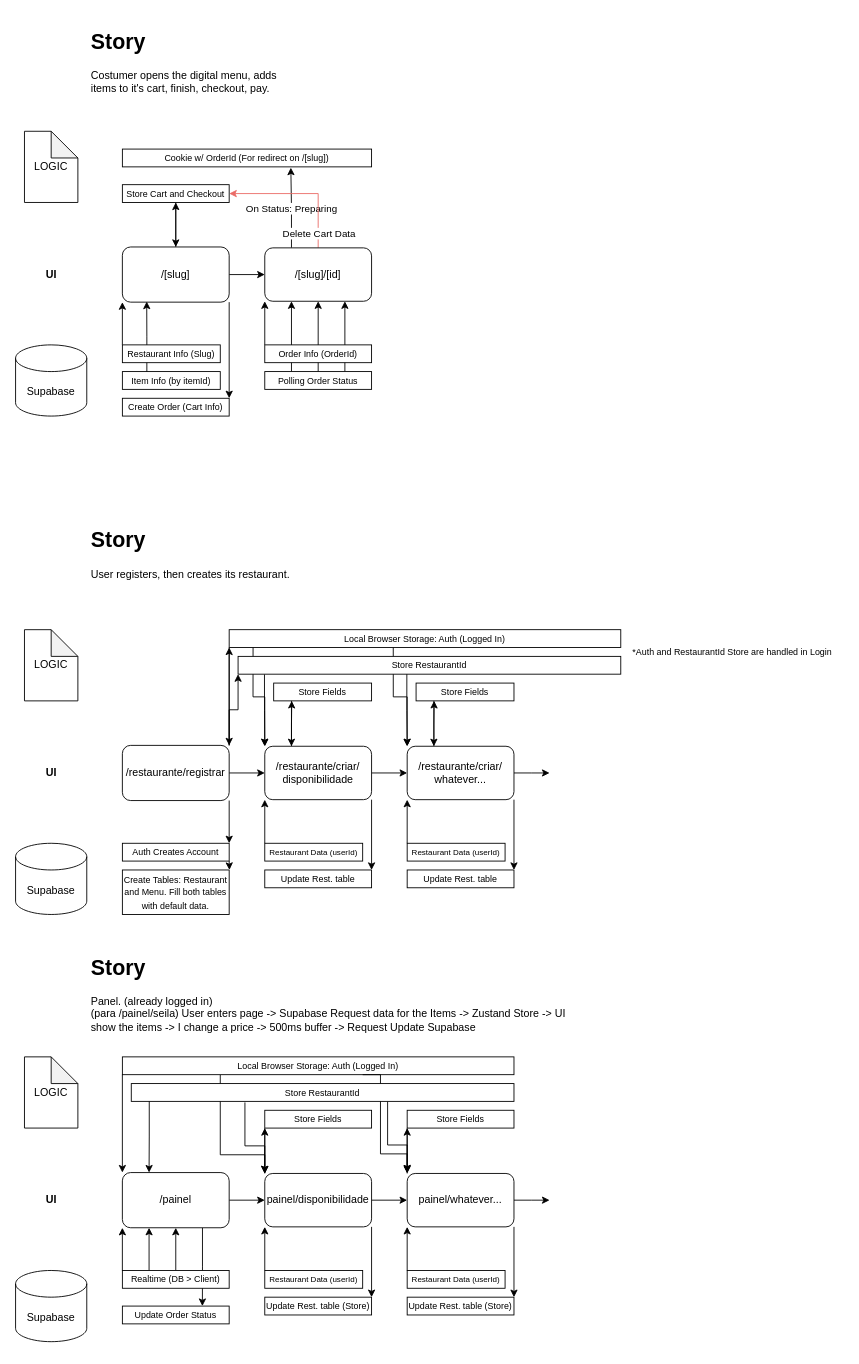
metrix0/imenu keeps this draw.io diagram as .dev/ARCHITECTURE.drawio. Above is the earlier version. Source tidied: cells renumbered, new cells numbered last; positions are measured from the earlier drawing's top-left corner, leaving out a move shared by most shapes. Both pictures are drawn from the tidied source at 89%, with x=0, y=0 at pixel (15, 24).
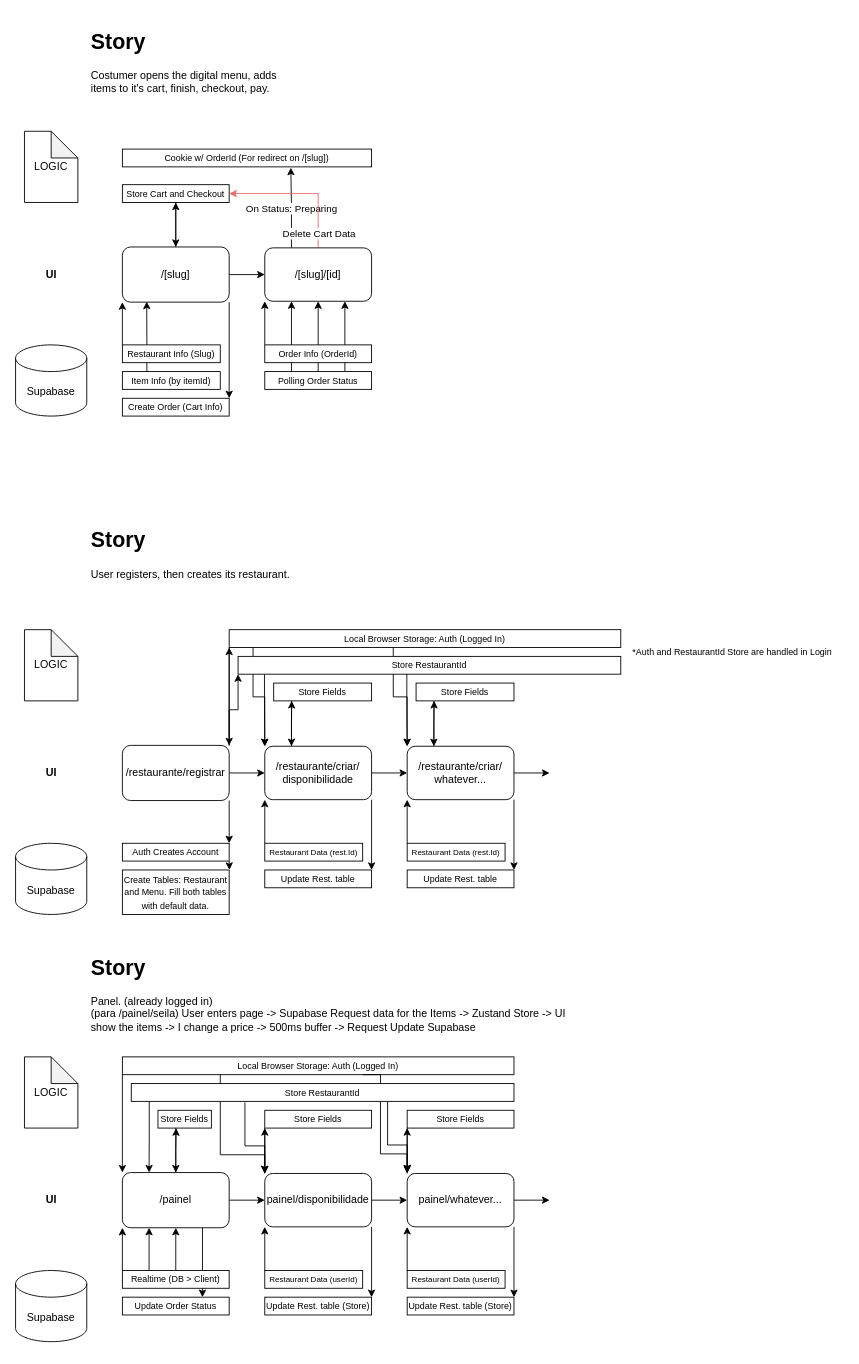
The same diagram, later.

Unchanged cells that the change refers to:
```xml
<mxCell id="72" value="/painel" style="rounded=1;whiteSpace=wrap;html=1;" parent="1" vertex="1">
  <mxGeometry x="120" y="1290" width="120" height="62" as="geometry" />
</mxCell>
```

Diff of the diagram source:
```diff
@@
-    <mxCell id="38" value="&lt;font style=&quot;font-size: 9px;&quot;&gt;Restaurant Data (userId)&lt;/font&gt;" style="rounded=0;whiteSpace=wrap;html=1;" parent="1" vertex="1">
+    <mxCell id="38" value="&lt;font style=&quot;font-size: 9px;&quot;&gt;Restaurant Data (rest.Id)&lt;/font&gt;" style="rounded=0;whiteSpace=wrap;html=1;" parent="1" vertex="1">
       <mxGeometry x="280" y="920" width="110" height="20" as="geometry" />
     </mxCell>
@@
-    <mxCell id="62" value="&lt;font style=&quot;font-size: 9px;&quot;&gt;Restaurant Data (userId)&lt;/font&gt;" style="rounded=0;whiteSpace=wrap;html=1;" parent="1" vertex="1">
+    <mxCell id="62" value="&lt;font style=&quot;font-size: 9px;&quot;&gt;Restaurant Data (rest.Id)&lt;/font&gt;" style="rounded=0;whiteSpace=wrap;html=1;" parent="1" vertex="1">
       <mxGeometry x="440" y="920" width="110" height="20" as="geometry" />
     </mxCell>
@@
-    <mxCell id="71" style="edgeStyle=orthogonalEdgeStyle;rounded=0;jettySize=auto;html=1;exitX=0.75;exitY=1;exitDx=0;exitDy=0;" parent="1" edge="1" source="72">
-      <mxGeometry relative="1" as="geometry">
-        <mxPoint x="209.9" y="1440" as="targetPoint" />
-      </mxGeometry>
+    <mxCell id="71" style="edgeStyle=orthogonalEdgeStyle;rounded=0;jettySize=auto;html=1;exitX=0.75;exitY=1;exitDx=0;exitDy=0;entryX=0.75;entryY=0;entryDx=0;entryDy=0;" parent="1" edge="1" source="72" target="106">
+      <mxGeometry relative="1" as="geometry" />
     </mxCell>
@@
     <mxCell id="106" value="&lt;font style=&quot;font-size: 10px;&quot;&gt;Update Order Status&lt;/font&gt;" style="rounded=0;whiteSpace=wrap;html=1;" parent="1" vertex="1">
-      <mxGeometry x="120" y="1440" width="120" height="20" as="geometry" />
+      <mxGeometry x="120" y="1430" width="120" height="20" as="geometry" />
     </mxCell>
+    <mxCell id="107" style="edgeStyle=orthogonalEdgeStyle;rounded=0;jettySize=auto;html=1;exitX=0.334;exitY=0.997;exitDx=0;exitDy=0;entryX=0.5;entryY=0;entryDx=0;entryDy=0;exitPerimeter=0;" parent="1" edge="1" source="108" target="72">
+      <mxGeometry relative="1" as="geometry" />
+    </mxCell>
+    <mxCell id="108" value="&lt;font style=&quot;font-size: 10px;&quot;&gt;Store Fields&lt;/font&gt;" style="rounded=0;whiteSpace=wrap;html=1;" parent="1" vertex="1">
+      <mxGeometry x="160" y="1220" width="60" height="20" as="geometry" />
+    </mxCell>
+    <mxCell id="109" style="edgeStyle=orthogonalEdgeStyle;rounded=0;jettySize=auto;html=1;exitX=0.5;exitY=0;exitDx=0;exitDy=0;entryX=0.34;entryY=1.007;entryDx=0;entryDy=0;entryPerimeter=0;" parent="1" edge="1" source="72" target="108">
+      <mxGeometry relative="1" as="geometry" />
+    </mxCell>
```
